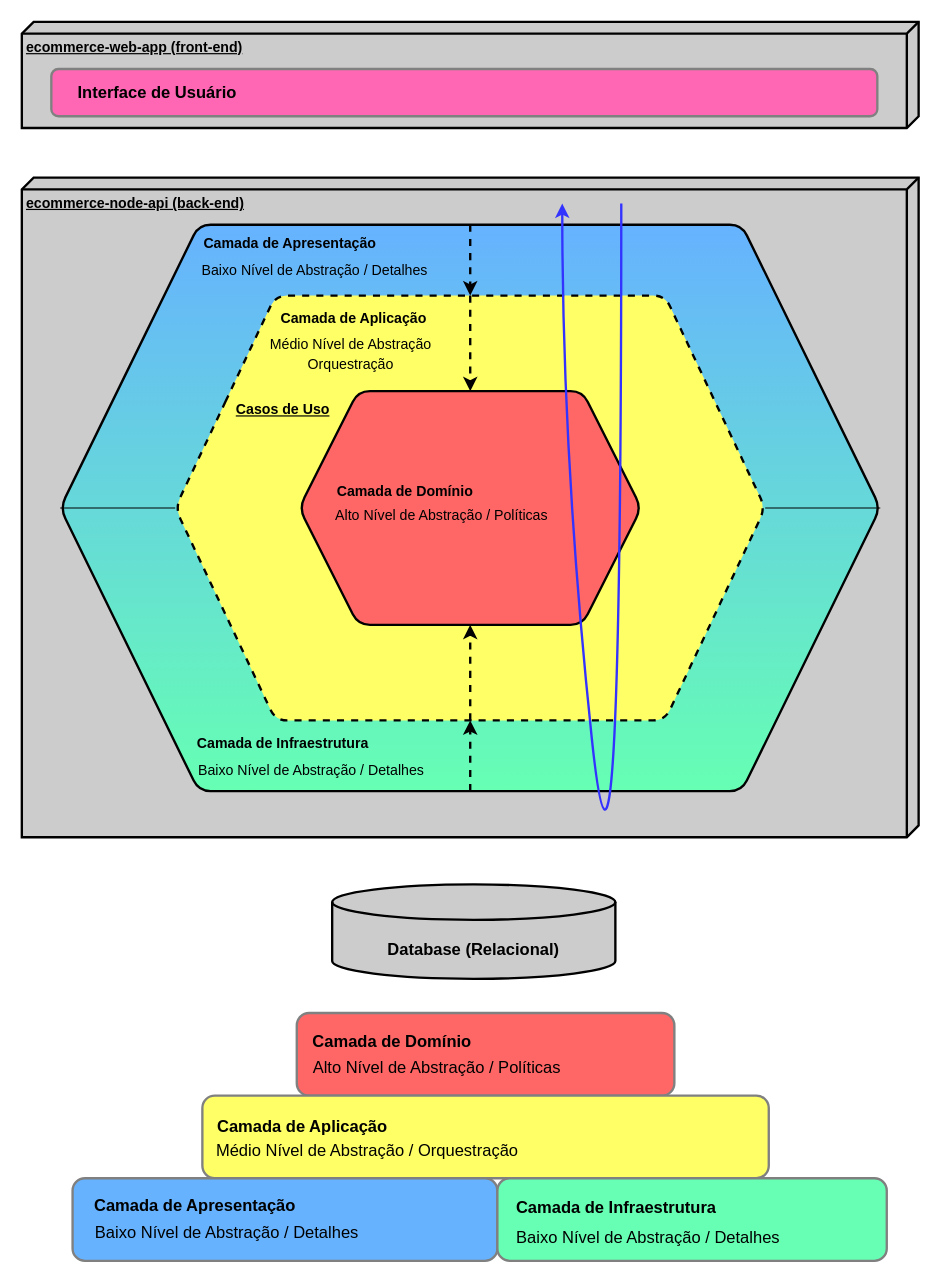
Before: page "Arquitetura Hexagonal" (2 of 2) of requirements/ecommerce-arquitetura.drawio in SliverNV/ecommerce-node-ap, a draw.io diagram. Source tidied: cells renumbered, new cells numbered last; positions are measured from the earlier drawing's top-left corner, leaving out a move shared by most shapes. Both pictures are drawn from the tidied source at 118%, with x=0, y=0 at pixel (21, 21).
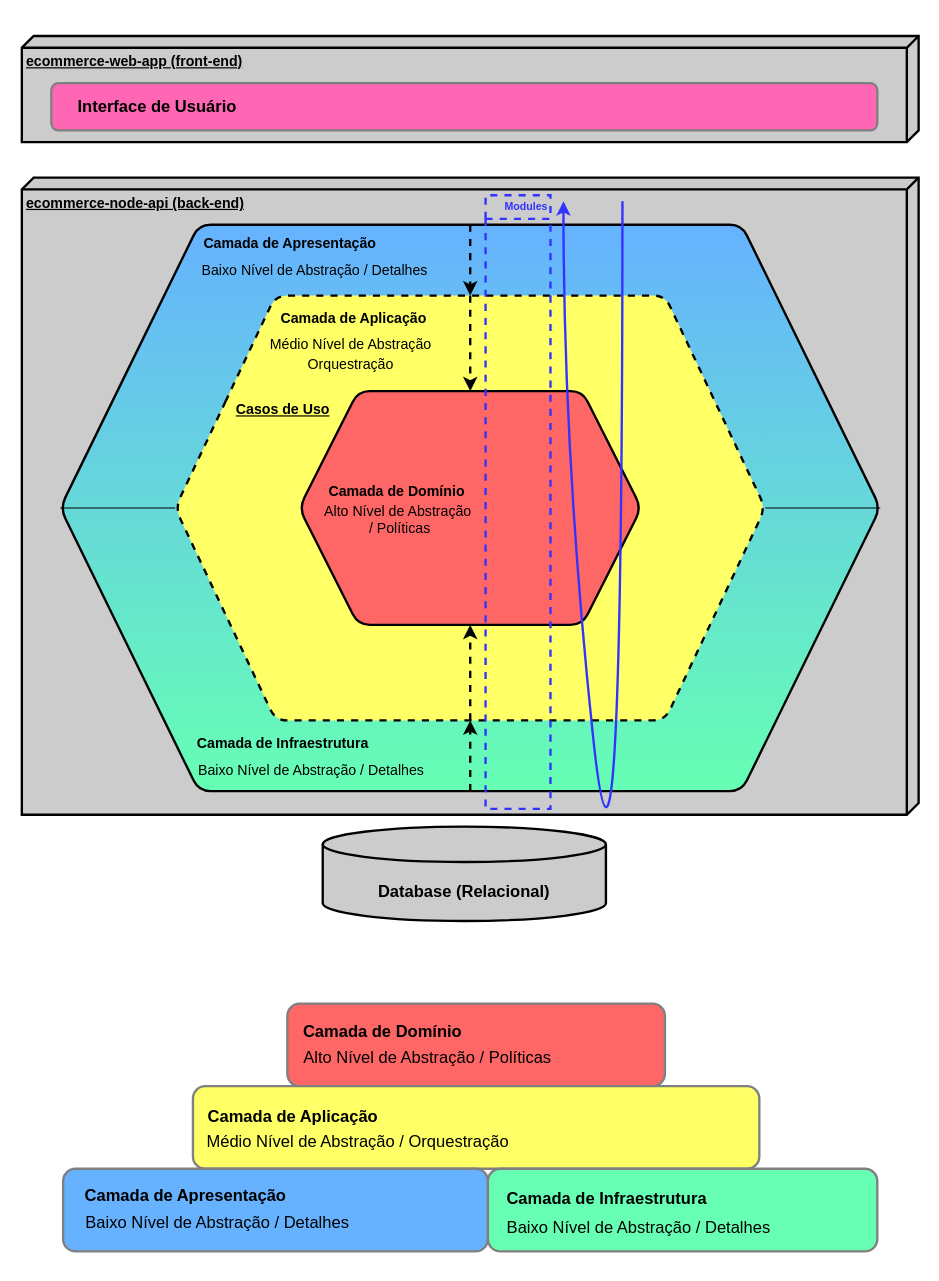
The same page after the edit.

The edit, as a diff of the source:
```diff
@@
     <mxCell id="2" value="&lt;b&gt;ecommerce-node-api (back-end)&lt;/b&gt;" style="verticalAlign=top;align=left;spacingTop=8;spacingLeft=2;spacingRight=12;shape=cube;size=10;direction=south;fontStyle=4;html=1;strokeWidth=2;fillColor=#CCCCCC;fontColor=#000000;" parent="1" vertex="1">
-      <mxGeometry y="132" width="760" height="559" as="geometry" />
+      <mxGeometry y="132" width="760" height="540" as="geometry" />
     </mxCell>
     <mxCell id="3" value="&lt;b&gt;ecommerce-web-app (front-end)&lt;/b&gt;" style="verticalAlign=top;align=left;spacingTop=8;spacingLeft=2;spacingRight=12;shape=cube;size=10;direction=south;fontStyle=4;html=1;strokeWidth=2;fillColor=#CCCCCC;fontColor=#000000;" parent="1" vertex="1">
-      <mxGeometry width="760" height="90" as="geometry" />
+      <mxGeometry y="12" width="760" height="90" as="geometry" />
     </mxCell>
     <mxCell id="4" style="group;" parent="1" vertex="1">
-      <mxGeometry x="263" y="731" width="240" height="80" as="geometry" />
+      <mxGeometry x="255" y="682" width="240" height="80" as="geometry" />
     </mxCell>
@@
     <mxCell id="7" style="rounded=1;whiteSpace=wrap;html=1;strokeWidth=2;fontSize=14;fontColor=#000000;fillColor=#FF66B3;strokeColor=#808080;" parent="1" vertex="1">
-      <mxGeometry x="25" y="40" width="700" height="40" as="geometry" />
+      <mxGeometry x="25" y="52" width="700" height="40" as="geometry" />
     </mxCell>
     <mxCell id="8" value="Interface de Usuário" style="text;html=1;strokeColor=none;fillColor=none;align=center;verticalAlign=middle;whiteSpace=wrap;rounded=0;strokeWidth=2;fontSize=14;fontColor=#000000;fontStyle=1;" parent="1" vertex="1">
-      <mxGeometry x="40" y="45" width="150" height="30" as="geometry" />
+      <mxGeometry x="40" y="57" width="150" height="30" as="geometry" />
     </mxCell>
@@
     <mxCell id="13" value="&lt;font style=&quot;font-size: 12px;&quot;&gt;Camada de Domínio&lt;/font&gt;" style="text;html=1;strokeColor=none;fillColor=none;align=center;verticalAlign=middle;whiteSpace=wrap;rounded=0;strokeWidth=2;fontSize=14;fontColor=#000000;fontStyle=1;" parent="1" vertex="1">
-      <mxGeometry x="250" y="382" width="150" height="30" as="geometry" />
+      <mxGeometry x="243" y="382" width="150" height="30" as="geometry" />
     </mxCell>
-    <mxCell id="14" value="Alto Nível de Abstração / Políticas" style="text;html=1;strokeColor=none;fillColor=none;align=center;verticalAlign=middle;whiteSpace=wrap;rounded=0;strokeWidth=2;fontSize=12;fontColor=#000000;" parent="1" vertex="1">
-      <mxGeometry x="252" y="404" width="208" height="30" as="geometry" />
+    <mxCell id="14" value="Alto Nível de Abstração&lt;br&gt;&amp;nbsp;/ Políticas" style="text;html=1;strokeColor=none;fillColor=none;align=center;verticalAlign=middle;whiteSpace=wrap;rounded=0;strokeWidth=2;fontSize=12;fontColor=#000000;" parent="1" vertex="1">
+      <mxGeometry x="250" y="407" width="138" height="30" as="geometry" />
     </mxCell>
@@
     <mxCell id="26" style="curved=1;endArrow=classic;html=1;strokeColor=#3333FF;strokeWidth=2;fontSize=14;fontColor=#000000;" parent="1" edge="1">
       <mxGeometry relative="1" as="geometry">
-        <mxPoint x="508" y="154" as="sourcePoint" />
-        <mxPoint x="458" y="154" as="targetPoint" />
+        <mxPoint x="509" y="152" as="sourcePoint" />
+        <mxPoint x="459" y="152" as="targetPoint" />
         <Array as="points">
-          <mxPoint x="508" y="844" />
-          <mxPoint x="458" y="370" />
+          <mxPoint x="509" y="842" />
+          <mxPoint x="459" y="368" />
         </Array>
       </mxGeometry>
     </mxCell>
@@
-    <mxCell id="29" style="group;" parent="1" vertex="1">
-      <mxGeometry x="233" y="840" width="320" height="70" as="geometry" />
-    </mxCell>
-    <mxCell id="30" style="rounded=1;whiteSpace=wrap;html=1;strokeWidth=2;fontSize=14;fontColor=#000000;fillColor=#FF6666;strokeColor=#808080;" parent="29" vertex="1">
-      <mxGeometry width="320" height="70" as="geometry" />
+    <mxCell id="30" style="rounded=1;whiteSpace=wrap;html=1;strokeWidth=2;fontSize=14;fontColor=#000000;fillColor=#FF6666;strokeColor=#808080;" parent="1" vertex="1">
+      <mxGeometry x="225" y="832" width="320" height="70" as="geometry" />
     </mxCell>
-    <mxCell id="31" value="Camada de Domínio" style="text;html=1;strokeColor=none;fillColor=none;align=center;verticalAlign=middle;whiteSpace=wrap;rounded=0;strokeWidth=2;fontSize=14;fontColor=#000000;fontStyle=1;" parent="29" vertex="1">
-      <mxGeometry x="6" y="9" width="150" height="30" as="geometry" />
+    <mxCell id="31" value="Camada de Domínio" style="text;html=1;strokeColor=none;fillColor=none;align=center;verticalAlign=middle;whiteSpace=wrap;rounded=0;strokeWidth=2;fontSize=14;fontColor=#000000;fontStyle=1;" parent="1" vertex="1">
+      <mxGeometry x="231" y="841" width="150" height="30" as="geometry" />
     </mxCell>
-    <mxCell id="32" value="Alto Nível de Abstração / Políticas" style="text;html=1;strokeColor=none;fillColor=none;align=center;verticalAlign=middle;whiteSpace=wrap;rounded=0;strokeWidth=2;fontSize=14;fontColor=#000000;" parent="29" vertex="1">
-      <mxGeometry x="9" y="31" width="220" height="30" as="geometry" />
+    <mxCell id="32" value="Alto Nível de Abstração / Políticas" style="text;html=1;strokeColor=none;fillColor=none;align=center;verticalAlign=middle;whiteSpace=wrap;rounded=0;strokeWidth=2;fontSize=14;fontColor=#000000;" parent="1" vertex="1">
+      <mxGeometry x="234" y="863" width="220" height="30" as="geometry" />
     </mxCell>
-    <mxCell id="33" style="group;" parent="1" vertex="1">
-      <mxGeometry x="153" y="910" width="480" height="70" as="geometry" />
-    </mxCell>
-    <mxCell id="34" style="rounded=1;whiteSpace=wrap;html=1;strokeWidth=2;fontSize=14;fontColor=#000000;fillColor=#FFFF66;strokeColor=#808080;" parent="33" vertex="1">
-      <mxGeometry width="480" height="70" as="geometry" />
+    <mxCell id="34" style="rounded=1;whiteSpace=wrap;html=1;strokeWidth=2;fontSize=14;fontColor=#000000;fillColor=#FFFF66;strokeColor=#808080;" parent="1" vertex="1">
+      <mxGeometry x="145" y="902" width="480" height="70" as="geometry" />
     </mxCell>
-    <mxCell id="35" value="Camada de Aplicação" style="text;html=1;strokeColor=none;fillColor=none;align=center;verticalAlign=middle;whiteSpace=wrap;rounded=0;strokeWidth=2;fontSize=14;fontColor=#000000;fontStyle=1;" parent="33" vertex="1">
-      <mxGeometry x="10" y="11" width="150" height="30" as="geometry" />
+    <mxCell id="35" value="Camada de Aplicação" style="text;html=1;strokeColor=none;fillColor=none;align=center;verticalAlign=middle;whiteSpace=wrap;rounded=0;strokeWidth=2;fontSize=14;fontColor=#000000;fontStyle=1;" parent="1" vertex="1">
+      <mxGeometry x="155" y="913" width="150" height="30" as="geometry" />
     </mxCell>
-    <mxCell id="36" value="Médio Nível de Abstração / Orquestração" style="text;html=1;strokeColor=none;fillColor=none;align=center;verticalAlign=middle;whiteSpace=wrap;rounded=0;strokeWidth=2;fontSize=14;fontColor=#000000;" parent="33" vertex="1">
-      <mxGeometry x="10" y="32" width="260" height="30" as="geometry" />
+    <mxCell id="36" value="Médio Nível de Abstração / Orquestração" style="text;html=1;strokeColor=none;fillColor=none;align=center;verticalAlign=middle;whiteSpace=wrap;rounded=0;strokeWidth=2;fontSize=14;fontColor=#000000;" parent="1" vertex="1">
+      <mxGeometry x="155" y="934" width="260" height="30" as="geometry" />
     </mxCell>
-    <mxCell id="37" style="group;" parent="1" vertex="1">
-      <mxGeometry x="43" y="980" width="360" height="70" as="geometry" />
-    </mxCell>
-    <mxCell id="38" style="rounded=1;whiteSpace=wrap;html=1;strokeWidth=2;fontSize=14;fontColor=#000000;fillColor=#66B2FF;strokeColor=#808080;" parent="37" vertex="1">
-      <mxGeometry width="360" height="70" as="geometry" />
+    <mxCell id="38" style="rounded=1;whiteSpace=wrap;html=1;strokeWidth=2;fontSize=14;fontColor=#000000;fillColor=#66B2FF;strokeColor=#808080;" parent="1" vertex="1">
+      <mxGeometry x="35" y="972" width="360" height="70" as="geometry" />
     </mxCell>
-    <mxCell id="39" value="Camada de Apresentação" style="text;html=1;strokeColor=none;fillColor=none;align=center;verticalAlign=middle;whiteSpace=wrap;rounded=0;strokeWidth=2;fontSize=14;fontColor=#000000;fontStyle=1;" parent="37" vertex="1">
-      <mxGeometry x="14" y="8" width="180" height="30" as="geometry" />
+    <mxCell id="39" value="Camada de Apresentação" style="text;html=1;strokeColor=none;fillColor=none;align=center;verticalAlign=middle;whiteSpace=wrap;rounded=0;strokeWidth=2;fontSize=14;fontColor=#000000;fontStyle=1;" parent="1" vertex="1">
+      <mxGeometry x="49" y="980" width="180" height="30" as="geometry" />
     </mxCell>
-    <mxCell id="40" value="Baixo Nível de Abstração / Detalhes" style="text;html=1;strokeColor=none;fillColor=none;align=center;verticalAlign=middle;whiteSpace=wrap;rounded=0;strokeWidth=2;fontSize=14;fontColor=#000000;" parent="37" vertex="1">
-      <mxGeometry x="16" y="31" width="230" height="30" as="geometry" />
+    <mxCell id="40" value="Baixo Nível de Abstração / Detalhes" style="text;html=1;strokeColor=none;fillColor=none;align=center;verticalAlign=middle;whiteSpace=wrap;rounded=0;strokeWidth=2;fontSize=14;fontColor=#000000;" parent="1" vertex="1">
+      <mxGeometry x="51" y="1003" width="230" height="30" as="geometry" />
     </mxCell>
-    <mxCell id="41" style="group;" parent="1" vertex="1">
-      <mxGeometry x="403" y="980" width="330" height="70" as="geometry" />
-    </mxCell>
-    <mxCell id="42" style="group;" parent="41" vertex="1">
-      <mxGeometry width="330" height="70" as="geometry" />
-    </mxCell>
-    <mxCell id="43" style="rounded=1;whiteSpace=wrap;html=1;strokeWidth=2;fontSize=14;fontColor=#000000;fillColor=#66FFB3;strokeColor=#808080;" parent="42" vertex="1">
-      <mxGeometry width="330" height="70" as="geometry" />
+    <mxCell id="43" style="rounded=1;whiteSpace=wrap;html=1;strokeWidth=2;fontSize=14;fontColor=#000000;fillColor=#66FFB3;strokeColor=#808080;" parent="1" vertex="1">
+      <mxGeometry x="395" y="972" width="330" height="70" as="geometry" />
     </mxCell>
-    <mxCell id="44" value="Camada de Infraestrutura" style="text;html=1;strokeColor=none;fillColor=none;align=center;verticalAlign=middle;whiteSpace=wrap;rounded=0;strokeWidth=2;fontSize=14;fontColor=#000000;fontStyle=1;" parent="42" vertex="1">
-      <mxGeometry x="10.5" y="10" width="180" height="30" as="geometry" />
+    <mxCell id="44" value="Camada de Infraestrutura" style="text;html=1;strokeColor=none;fillColor=none;align=center;verticalAlign=middle;whiteSpace=wrap;rounded=0;strokeWidth=2;fontSize=14;fontColor=#000000;fontStyle=1;" parent="1" vertex="1">
+      <mxGeometry x="405.5" y="982" width="180" height="30" as="geometry" />
     </mxCell>
-    <mxCell id="45" value="Baixo Nível de Abstração / Detalhes" style="text;html=1;strokeColor=none;fillColor=none;align=center;verticalAlign=middle;whiteSpace=wrap;rounded=0;strokeWidth=2;fontSize=14;fontColor=#000000;" parent="42" vertex="1">
-      <mxGeometry x="12.5" y="35" width="230" height="30" as="geometry" />
+    <mxCell id="45" value="Baixo Nível de Abstração / Detalhes" style="text;html=1;strokeColor=none;fillColor=none;align=center;verticalAlign=middle;whiteSpace=wrap;rounded=0;strokeWidth=2;fontSize=14;fontColor=#000000;" parent="1" vertex="1">
+      <mxGeometry x="407.5" y="1007" width="230" height="30" as="geometry" />
     </mxCell>
+    <mxCell id="46" value="&lt;font style=&quot;font-size: 9px;&quot;&gt;Modules&lt;/font&gt;" style="swimlane;whiteSpace=wrap;html=1;startSize=20;fillColor=none;fontColor=#3333FF;strokeColor=#3333FF;dashed=1;strokeWidth=2;align=right;fontSize=9;" parent="1" vertex="1">
+      <mxGeometry x="393" y="147" width="55" height="520" as="geometry" />
+    </mxCell>
```
